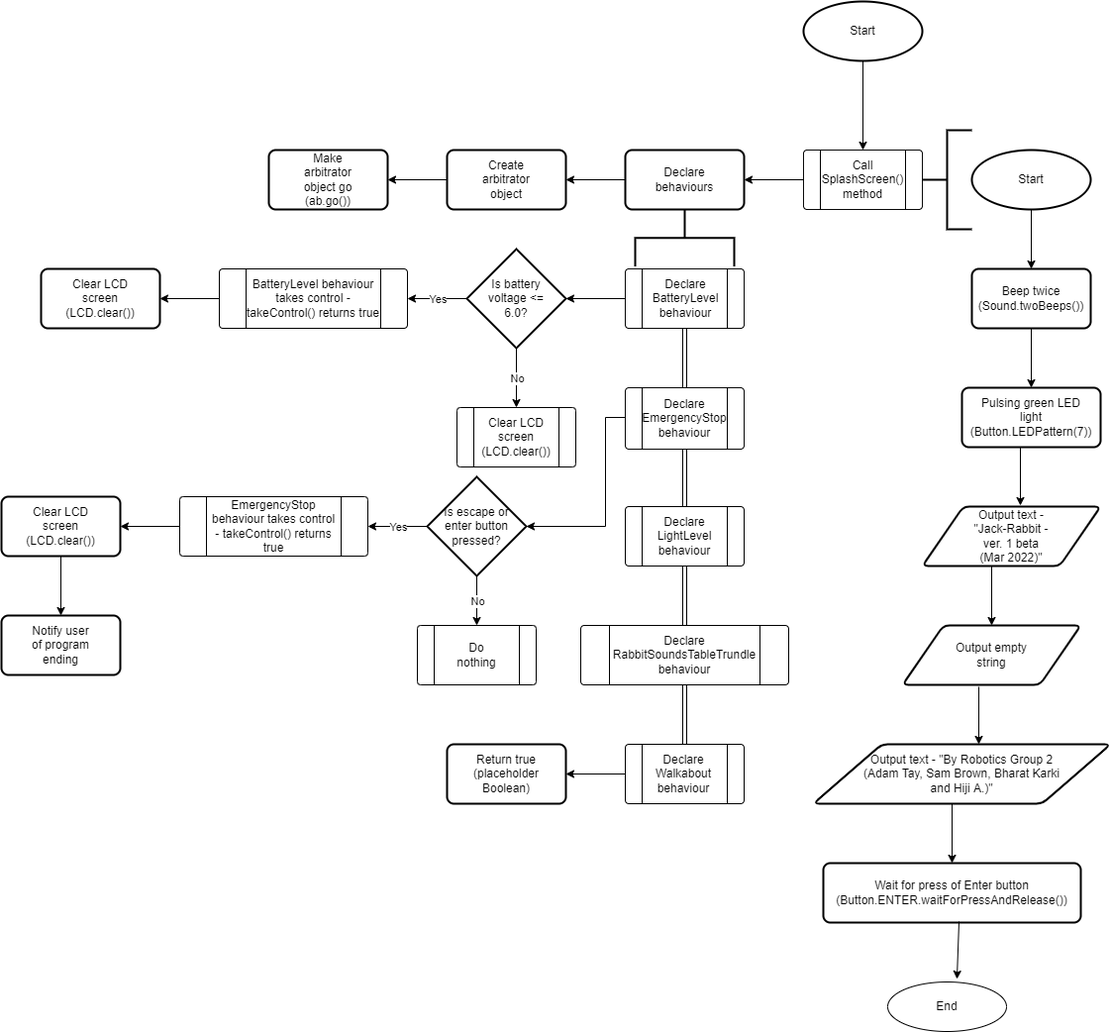
The draw.io diagram Final submission/ControlFlow.png in XLmT09/Bunny-Robot, before a commit. Source tidied: cells renumbered, new cells last; positions are measured from the earlier drawing's top-left corner, leaving out a move shared by most shapes.
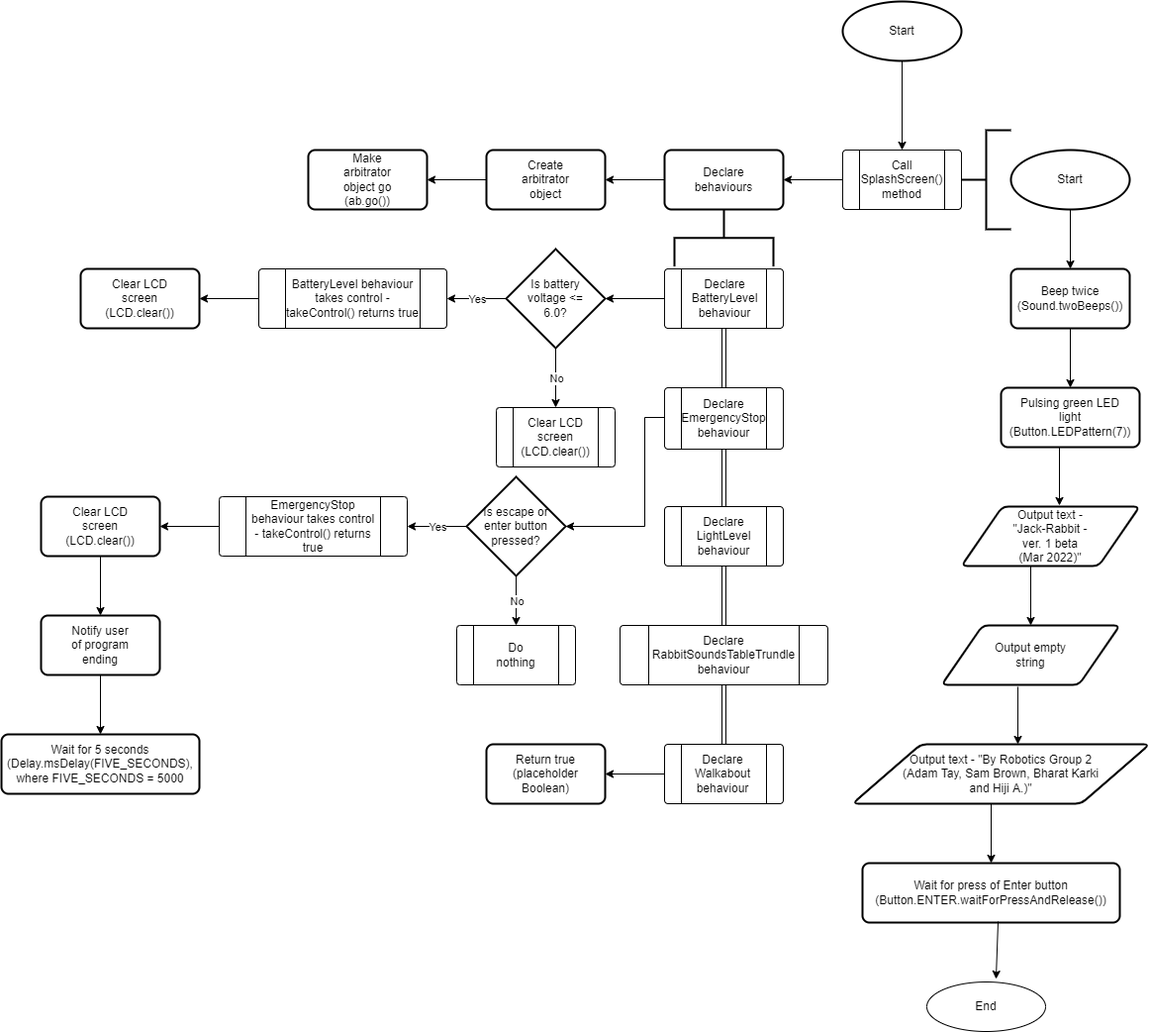
After the commit.

Diff of the diagram source:
```diff
@@ -363,5 +363,17 @@
     <mxCell id="113" style="endArrow=classic;html=1;rounded=0;sourcePerimeterSpacing=8;targetPerimeterSpacing=8;entryX=1;entryY=0.5;entryDx=0;entryDy=0;exitX=0;exitY=0.5;exitDx=0;exitDy=0;" parent="1" edge="1" source="108" target="111">
       <mxGeometry relative="1" as="geometry" />
     </mxCell>
+    <mxCell id="114" style="endArrow=classic;html=1;rounded=0;sourcePerimeterSpacing=8;targetPerimeterSpacing=8;entryX=0.5;entryY=0;entryDx=0;entryDy=0;exitX=0.5;exitY=1;exitDx=0;exitDy=0;" parent="1" edge="1" source="104" target="116">
+      <mxGeometry relative="1" as="geometry" />
+    </mxCell>
+    <mxCell id="115" style="group;" parent="1" vertex="1">
+      <mxGeometry x="-40" y="740" width="200" height="60" as="geometry" />
+    </mxCell>
+    <mxCell id="116" style="rounded=1;whiteSpace=wrap;html=1;absoluteArcSize=1;arcSize=14;strokeWidth=2;hachureGap=4;" parent="115" vertex="1">
+      <mxGeometry width="200" height="60" as="geometry" />
+    </mxCell>
+    <mxCell id="117" value="Wait for 5 seconds (Delay.msDelay(FIVE_SECONDS), where FIVE_SECONDS = 5000" style="text;strokeColor=none;fillColor=none;html=1;align=center;verticalAlign=middle;whiteSpace=wrap;rounded=0;hachureGap=4;" parent="115" vertex="1">
+      <mxGeometry x="70" y="15" width="60" height="30" as="geometry" />
+    </mxCell>
   </root>
 </mxGraphModel>
```
